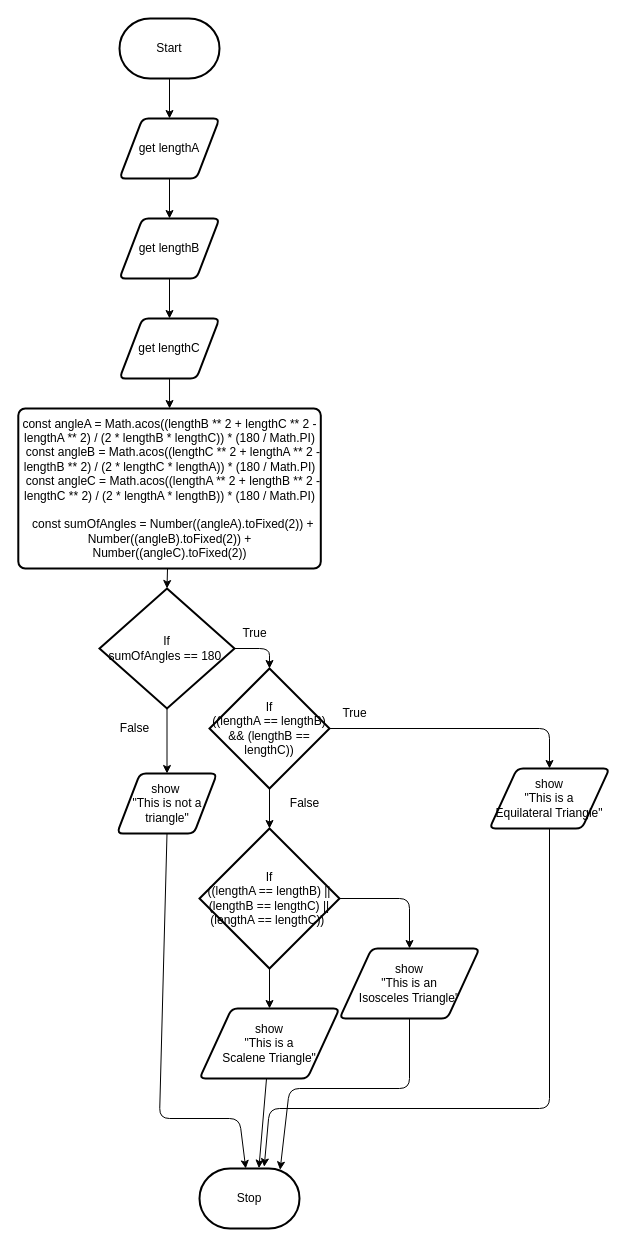
Before: design/flowchart.drawio in MTHS-ICD2O-1-2023/ICD2O-Unit-5-05-hai-tran-2, a draw.io diagram. Source tidied: cells renumbered, new cells numbered last; positions are measured from the earlier drawing's top-left corner, leaving out a move shared by most shapes. Both pictures are drawn from the tidied source at 100%, with x=0, y=0 at pixel (18, 18).
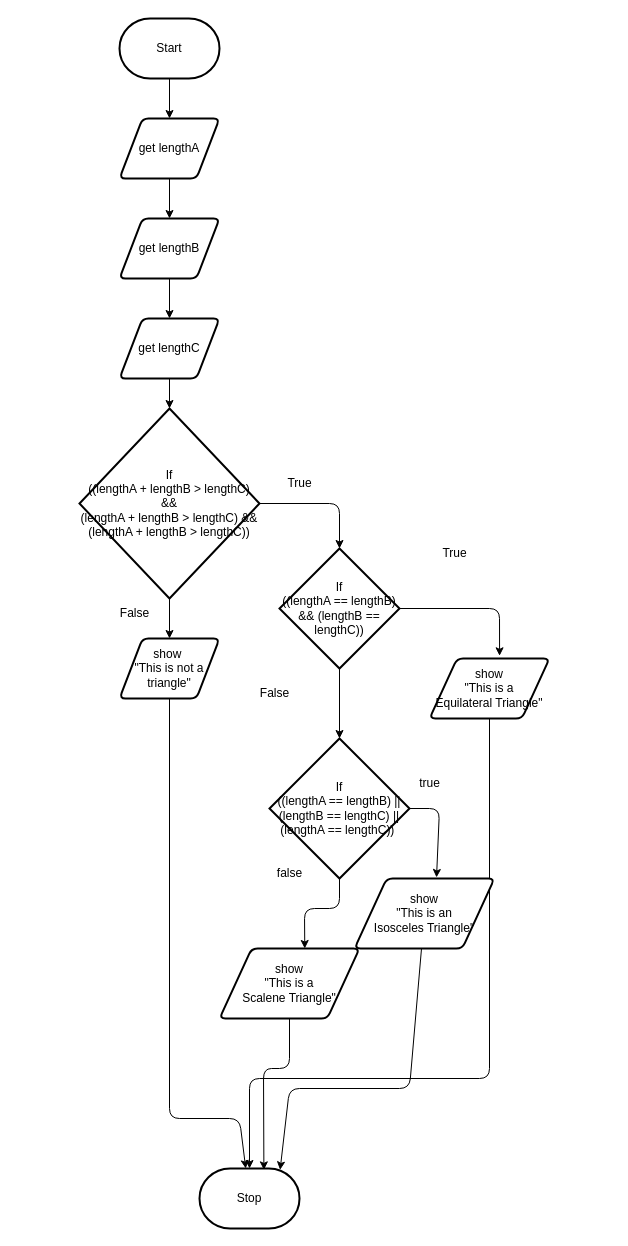
The same page after the edit.

The change refers to these unchanged cells:
```xml
<mxCell id="4" value="Stop" style="strokeWidth=2;html=1;shape=mxgraph.flowchart.terminator;whiteSpace=wrap;fontSize=12;" parent="1" vertex="1">
  <mxGeometry x="181" y="1150" width="100" height="60" as="geometry" />
</mxCell>
<mxCell id="10" value="get lengthC" style="shape=parallelogram;html=1;strokeWidth=2;perimeter=parallelogramPerimeter;whiteSpace=wrap;rounded=1;arcSize=12;size=0.23;fontSize=12;" parent="1" vertex="1">
  <mxGeometry x="101" y="300" width="100" height="60" as="geometry" />
</mxCell>
```

Change to the diagram source:
```diff
@@
-    <mxCell id="9" style="edgeStyle=none;html=1;entryX=0.5;entryY=0;entryDx=0;entryDy=0;fontSize=12;" parent="1" edge="1" source="10" target="12">
-      <mxGeometry relative="1" as="geometry" />
+    <mxCell id="9" style="edgeStyle=none;html=1;entryX=0.5;entryY=0;entryDx=0;entryDy=0;fontSize=12;" parent="1" edge="1" source="10">
+      <mxGeometry relative="1" as="geometry">
+        <mxPoint x="151" y="390" as="targetPoint" />
+      </mxGeometry>
     </mxCell>
@@
-    <mxCell id="11" style="edgeStyle=none;html=1;entryX=0.5;entryY=0;entryDx=0;entryDy=0;entryPerimeter=0;fontSize=12;" parent="1" edge="1" source="12" target="15">
-      <mxGeometry relative="1" as="geometry" />
-    </mxCell>
-    <mxCell id="12" value="&lt;div style=&quot;font-size: 12px;&quot;&gt;const angleA = Math.acos((lengthB ** 2 + lengthC ** 2 - lengthA ** 2) / (2 * lengthB * lengthC)) * (180 / Math.PI)&lt;/div&gt;&lt;div style=&quot;font-size: 12px;&quot;&gt;&amp;nbsp; const angleB = Math.acos((lengthC ** 2 + lengthA ** 2 - lengthB ** 2) / (2 * lengthC * lengthA)) * (180 / Math.PI)&lt;/div&gt;&lt;div style=&quot;font-size: 12px;&quot;&gt;&amp;nbsp; const angleC = Math.acos((lengthA ** 2 + lengthB ** 2 - lengthC ** 2) / (2 * lengthA * lengthB)) * (180 / Math.PI)&lt;/div&gt;&lt;div style=&quot;font-size: 12px;&quot;&gt;&lt;br style=&quot;font-size: 12px;&quot;&gt;&lt;/div&gt;&lt;div style=&quot;font-size: 12px;&quot;&gt;&amp;nbsp; const sumOfAngles = Number((angleA).toFixed(2)) + Number((angleB).toFixed(2)) + Number((angleC).toFixed(2))&lt;/div&gt;" style="rounded=1;whiteSpace=wrap;html=1;absoluteArcSize=1;arcSize=14;strokeWidth=2;fontSize=12;" parent="1" vertex="1">
-      <mxGeometry x="-0.2" y="390" width="302.5" height="160" as="geometry" />
-    </mxCell>
-    <mxCell id="13" style="edgeStyle=none;html=1;entryX=0.5;entryY=0;entryDx=0;entryDy=0;entryPerimeter=0;fontSize=12;" parent="1" edge="1" source="15" target="18">
-      <mxGeometry relative="1" as="geometry">
-        <Array as="points">
-          <mxPoint x="251" y="630" />
-        </Array>
-      </mxGeometry>
-    </mxCell>
-    <mxCell id="14" style="edgeStyle=none;html=1;entryX=0.5;entryY=0;entryDx=0;entryDy=0;fontSize=12;" parent="1" edge="1" source="15" target="21">
-      <mxGeometry relative="1" as="geometry" />
-    </mxCell>
-    <mxCell id="15" value="If&lt;br style=&quot;font-size: 12px;&quot;&gt;sumOfAngles == 180&amp;nbsp;" style="strokeWidth=2;html=1;shape=mxgraph.flowchart.decision;whiteSpace=wrap;fontSize=12;" parent="1" vertex="1">
-      <mxGeometry x="81" y="570" width="135" height="120" as="geometry" />
-    </mxCell>
@@
-    <mxCell id="17" style="edgeStyle=none;html=1;entryX=0.5;entryY=0;entryDx=0;entryDy=0;fontSize=12;" parent="1" edge="1" source="18" target="28">
+    <mxCell id="17" style="edgeStyle=none;html=1;entryX=0.584;entryY=-0.045;entryDx=0;entryDy=0;entryPerimeter=0;" parent="1" edge="1" source="18" target="28">
       <mxGeometry relative="1" as="geometry">
         <Array as="points">
-          <mxPoint x="531" y="710" />
+          <mxPoint x="481" y="590" />
         </Array>
       </mxGeometry>
     </mxCell>
     <mxCell id="18" value="If&lt;br style=&quot;font-size: 12px;&quot;&gt;((lengthA == lengthB) &amp;amp;&amp;amp; (lengthB == lengthC))" style="strokeWidth=2;html=1;shape=mxgraph.flowchart.decision;whiteSpace=wrap;fontSize=12;" parent="1" vertex="1">
-      <mxGeometry x="191" y="650" width="120" height="120" as="geometry" />
+      <mxGeometry x="261" y="530" width="120" height="120" as="geometry" />
     </mxCell>
     <mxCell id="19" value="True" style="text;html=1;align=center;verticalAlign=middle;strokeColor=none;fillColor=none;fontSize=12;" parent="1" vertex="1">
-      <mxGeometry x="211" y="600" width="50" height="30" as="geometry" />
+      <mxGeometry x="256" y="450" width="50" height="30" as="geometry" />
     </mxCell>
     <mxCell id="20" style="edgeStyle=none;html=1;exitX=0.5;exitY=1;exitDx=0;exitDy=0;fontSize=12;" parent="1" edge="1" source="21" target="4">
       <mxGeometry relative="1" as="geometry">
         <Array as="points">
-          <mxPoint x="141" y="1100" />
+          <mxPoint x="151" y="1100" />
           <mxPoint x="221" y="1100" />
         </Array>
       </mxGeometry>
     </mxCell>
     <mxCell id="21" value="show&amp;nbsp;&lt;br style=&quot;font-size: 12px;&quot;&gt;&quot;This is not a&lt;br style=&quot;font-size: 12px;&quot;&gt;triangle&quot;" style="shape=parallelogram;html=1;strokeWidth=2;perimeter=parallelogramPerimeter;whiteSpace=wrap;rounded=1;arcSize=12;size=0.23;fontSize=12;" parent="1" vertex="1">
-      <mxGeometry x="98.5" y="755" width="100" height="60" as="geometry" />
+      <mxGeometry x="101" y="620" width="100" height="60" as="geometry" />
     </mxCell>
     <mxCell id="22" value="False" style="text;html=1;align=center;verticalAlign=middle;strokeColor=none;fillColor=none;fontSize=12;" parent="1" vertex="1">
-      <mxGeometry x="91" y="695" width="50" height="30" as="geometry" />
+      <mxGeometry x="91" y="580" width="50" height="30" as="geometry" />
     </mxCell>
-    <mxCell id="23" style="edgeStyle=none;html=1;entryX=0.5;entryY=0;entryDx=0;entryDy=0;fontSize=12;" parent="1" edge="1" source="25" target="31">
+    <mxCell id="23" style="edgeStyle=none;html=1;entryX=0.586;entryY=-0.015;entryDx=0;entryDy=0;entryPerimeter=0;" parent="1" edge="1" source="25" target="31">
       <mxGeometry relative="1" as="geometry">
         <Array as="points">
-          <mxPoint x="391" y="880" />
+          <mxPoint x="421" y="790" />
         </Array>
       </mxGeometry>
     </mxCell>
-    <mxCell id="24" style="edgeStyle=none;html=1;entryX=0.5;entryY=0;entryDx=0;entryDy=0;fontSize=12;" parent="1" edge="1" source="25" target="33">
-      <mxGeometry relative="1" as="geometry" />
+    <mxCell id="24" style="edgeStyle=none;html=1;entryX=0.609;entryY=0;entryDx=0;entryDy=0;entryPerimeter=0;" parent="1" edge="1" source="25" target="33">
+      <mxGeometry relative="1" as="geometry">
+        <Array as="points">
+          <mxPoint x="321" y="890" />
+          <mxPoint x="286" y="890" />
+        </Array>
+      </mxGeometry>
     </mxCell>
     <mxCell id="25" value="If&lt;br style=&quot;font-size: 12px;&quot;&gt;((lengthA == lengthB) || (lengthB == lengthC) || (lengthA == lengthC))&amp;nbsp;" style="strokeWidth=2;html=1;shape=mxgraph.flowchart.decision;whiteSpace=wrap;fontSize=12;" parent="1" vertex="1">
-      <mxGeometry x="181" y="810" width="140" height="140" as="geometry" />
+      <mxGeometry x="251" y="720" width="140" height="140" as="geometry" />
     </mxCell>
     <mxCell id="26" value="False" style="text;html=1;align=center;verticalAlign=middle;strokeColor=none;fillColor=none;fontSize=12;" parent="1" vertex="1">
-      <mxGeometry x="261" y="770" width="50" height="30" as="geometry" />
+      <mxGeometry x="231" y="660" width="50" height="30" as="geometry" />
     </mxCell>
-    <mxCell id="27" style="edgeStyle=none;html=1;entryX=0.647;entryY=-0.029;entryDx=0;entryDy=0;entryPerimeter=0;fontSize=10;" parent="1" edge="1" source="28" target="4">
+    <mxCell id="27" style="edgeStyle=none;html=1;" parent="1" edge="1" source="28" target="4">
       <mxGeometry relative="1" as="geometry">
         <Array as="points">
-          <mxPoint x="531" y="1090" />
-          <mxPoint x="251" y="1090" />
+          <mxPoint x="471" y="1060" />
+          <mxPoint x="231" y="1060" />
         </Array>
       </mxGeometry>
     </mxCell>
     <mxCell id="28" value="show&lt;br style=&quot;font-size: 12px;&quot;&gt;&quot;This is a &lt;br style=&quot;font-size: 12px;&quot;&gt;Equilateral Triangle&quot;" style="shape=parallelogram;html=1;strokeWidth=2;perimeter=parallelogramPerimeter;whiteSpace=wrap;rounded=1;arcSize=12;size=0.23;fontSize=12;" parent="1" vertex="1">
-      <mxGeometry x="471" y="750" width="120" height="60" as="geometry" />
+      <mxGeometry x="411" y="640" width="120" height="60" as="geometry" />
     </mxCell>
     <mxCell id="29" value="True" style="text;html=1;align=center;verticalAlign=middle;strokeColor=none;fillColor=none;fontSize=12;" parent="1" vertex="1">
-      <mxGeometry x="311" y="680" width="50" height="30" as="geometry" />
+      <mxGeometry x="411" y="520" width="50" height="30" as="geometry" />
     </mxCell>
@@
     <mxCell id="31" value="show&lt;br style=&quot;font-size: 12px;&quot;&gt;&quot;This is an &lt;br style=&quot;font-size: 12px;&quot;&gt;Isosceles Triangle&quot;" style="shape=parallelogram;html=1;strokeWidth=2;perimeter=parallelogramPerimeter;whiteSpace=wrap;rounded=1;arcSize=12;size=0.23;fontSize=12;" parent="1" vertex="1">
-      <mxGeometry x="321" y="930" width="140" height="70" as="geometry" />
+      <mxGeometry x="336" y="860" width="140" height="70" as="geometry" />
     </mxCell>
-    <mxCell id="32" style="edgeStyle=none;html=1;entryX=0.594;entryY=-0.005;entryDx=0;entryDy=0;entryPerimeter=0;fontSize=12;" parent="1" edge="1" source="33" target="4">
-      <mxGeometry relative="1" as="geometry" />
+    <mxCell id="32" style="edgeStyle=none;html=1;entryX=0.644;entryY=0.023;entryDx=0;entryDy=0;entryPerimeter=0;" parent="1" edge="1" source="33" target="4">
+      <mxGeometry relative="1" as="geometry">
+        <Array as="points">
+          <mxPoint x="271" y="1050" />
+          <mxPoint x="245" y="1050" />
+        </Array>
+      </mxGeometry>
     </mxCell>
     <mxCell id="33" value="show&lt;br style=&quot;font-size: 12px;&quot;&gt;&quot;This is a &lt;br style=&quot;font-size: 12px;&quot;&gt;Scalene Triangle&quot;" style="shape=parallelogram;html=1;strokeWidth=2;perimeter=parallelogramPerimeter;whiteSpace=wrap;rounded=1;arcSize=12;size=0.23;fontSize=12;" parent="1" vertex="1">
-      <mxGeometry x="181" y="990" width="140" height="70" as="geometry" />
+      <mxGeometry x="201" y="930" width="140" height="70" as="geometry" />
     </mxCell>
+    <mxCell id="34" value="true" style="text;html=1;align=center;verticalAlign=middle;strokeColor=none;fillColor=none;" parent="1" vertex="1">
+      <mxGeometry x="391" y="750" width="40" height="30" as="geometry" />
+    </mxCell>
+    <mxCell id="35" value="false" style="text;html=1;align=center;verticalAlign=middle;strokeColor=none;fillColor=none;" parent="1" vertex="1">
+      <mxGeometry x="246" y="840" width="50" height="30" as="geometry" />
+    </mxCell>
+    <mxCell id="36" style="edgeStyle=none;html=1;exitX=1;exitY=0.5;exitDx=0;exitDy=0;exitPerimeter=0;entryX=0.5;entryY=0;entryDx=0;entryDy=0;entryPerimeter=0;" parent="1" edge="1" source="38" target="18">
+      <mxGeometry relative="1" as="geometry">
+        <Array as="points">
+          <mxPoint x="321" y="485" />
+        </Array>
+      </mxGeometry>
+    </mxCell>
+    <mxCell id="37" style="edgeStyle=none;html=1;" parent="1" edge="1" source="38" target="21">
+      <mxGeometry relative="1" as="geometry" />
+    </mxCell>
+    <mxCell id="38" value="If&lt;br&gt;((lengthA + lengthB &amp;gt; lengthC) &amp;amp;&amp;amp; &lt;br&gt;(lengthA + lengthB &amp;gt; lengthC) &amp;amp;&amp;amp; &lt;br&gt;(lengthA + lengthB &amp;gt; lengthC))" style="strokeWidth=2;html=1;shape=mxgraph.flowchart.decision;whiteSpace=wrap;" parent="1" vertex="1">
+      <mxGeometry x="61" y="390" width="180" height="190" as="geometry" />
+    </mxCell>
```
